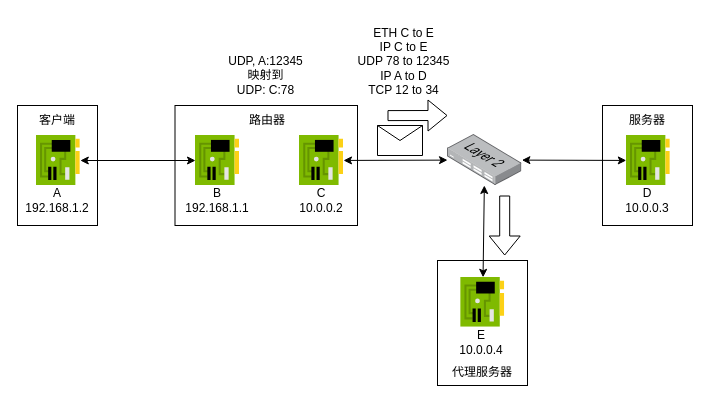
N2Sys-EDU/Lab3-Documentation keeps this draw.io diagram as example_step7.dio. Above is the earlier version. Source tidied: cells renumbered, new cells numbered last; positions are measured from the earlier drawing's top-left corner, leaving out a move shared by most shapes. Both pictures are drawn from the tidied source at 100%, with x=0, y=0 at pixel (17, 17).
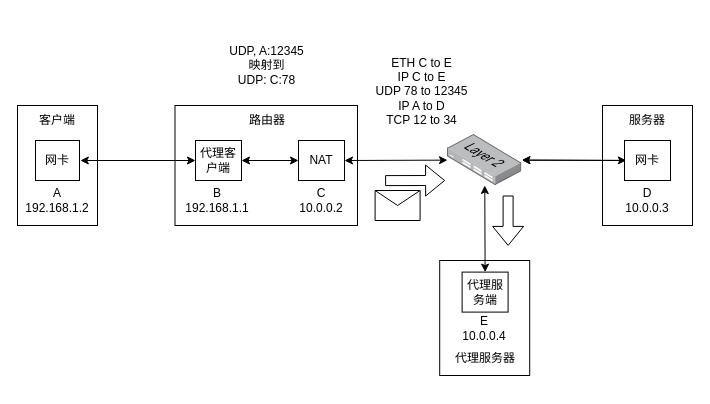
The same page after the edit.

Diff of the diagram source:
```diff
@@
     <mxCell id="2" style="shape=message;html=1;html=1;labelPosition=center;verticalLabelPosition=bottom;align=center;verticalAlign=top;" parent="1" vertex="1">
-      <mxGeometry x="360" y="108" width="45" height="30" as="geometry" />
+      <mxGeometry x="357.6" y="173" width="45" height="30" as="geometry" />
     </mxCell>
     <mxCell id="3" style="shape=flexArrow;endArrow=classic;html=1;" parent="1" edge="1">
       <mxGeometry relative="1" as="geometry">
-        <mxPoint x="370" y="98.1" as="sourcePoint" />
-        <mxPoint x="430" y="98" as="targetPoint" />
+        <mxPoint x="367.6" y="163.1" as="sourcePoint" />
+        <mxPoint x="427.6" y="163" as="targetPoint" />
       </mxGeometry>
     </mxCell>
     <mxCell id="4" value="ETH C to E&lt;br&gt;IP C to E&lt;br&gt;UDP 78 to 12345&lt;br&gt;IP A to D&lt;br&gt;TCP 12 to 34" style="text;html=1;strokeColor=none;fillColor=none;align=center;verticalAlign=middle;whiteSpace=wrap;rounded=0;" parent="1" vertex="1">
-      <mxGeometry x="326" y="-0.2" width="121.2" height="88.2" as="geometry" />
+      <mxGeometry x="344" y="29.8" width="121.2" height="88.2" as="geometry" />
     </mxCell>
     <mxCell id="5" value="UDP, A:12345&lt;br&gt;映射到&lt;br&gt;UDP: C:78" style="text;html=1;strokeColor=none;fillColor=none;align=center;verticalAlign=middle;whiteSpace=wrap;rounded=0;" parent="1" vertex="1">
-      <mxGeometry x="188.1" y="28.9" width="121.2" height="59.1" as="geometry" />
+      <mxGeometry x="189.4" y="18" width="121.2" height="59.1" as="geometry" />
     </mxCell>
-    <mxCell id="6" style="rounded=0;whiteSpace=wrap;html=1;" parent="1" vertex="1">
-      <mxGeometry x="585" y="88" width="90" height="120" as="geometry" />
-    </mxCell>
-    <mxCell id="7" style="rounded=0;whiteSpace=wrap;html=1;" parent="1" vertex="1">
-      <mxGeometry x="420" y="243" width="90" height="125" as="geometry" />
-    </mxCell>
-    <mxCell id="8" style="rounded=0;whiteSpace=wrap;html=1;" parent="1" vertex="1">
-      <mxGeometry x="157.5" y="88" width="182.5" height="120" as="geometry" />
-    </mxCell>
-    <mxCell id="9" style="rounded=0;whiteSpace=wrap;html=1;" parent="1" vertex="1">
-      <mxGeometry y="88" width="80" height="120" as="geometry" />
-    </mxCell>
+    <mxCell id="29" style="rounded=0;whiteSpace=wrap;html=1;" parent="1" vertex="1">
+      <mxGeometry x="585" y="88" width="90" height="120" as="geometry" />
+    </mxCell>
+    <mxCell id="30" style="rounded=0;whiteSpace=wrap;html=1;" parent="1" vertex="1">
+      <mxGeometry x="422.2" y="243" width="90" height="115" as="geometry" />
+    </mxCell>
+    <mxCell id="31" style="rounded=0;whiteSpace=wrap;html=1;" parent="1" vertex="1">
+      <mxGeometry x="157.5" y="88" width="182.5" height="120" as="geometry" />
+    </mxCell>
+    <mxCell id="32" style="rounded=0;whiteSpace=wrap;html=1;" parent="1" vertex="1">
+      <mxGeometry y="88" width="80" height="120" as="geometry" />
+    </mxCell>
@@
-    <mxCell id="11" style="sketch=0;html=1;points=[];align=center;image;fontSize=12;image=img/lib/mscae/NetworkInterfaceCard.svg;" parent="1" vertex="1">
-      <mxGeometry x="178" y="118" width="44" height="50" as="geometry" />
-    </mxCell>
-    <mxCell id="12" style="sketch=0;html=1;points=[];align=center;image;fontSize=12;image=img/lib/mscae/NetworkInterfaceCard.svg;" parent="1" vertex="1">
-      <mxGeometry x="18.8" y="118" width="44" height="50" as="geometry" />
-    </mxCell>
@@
-    <mxCell id="16" style="endArrow=classic;startArrow=classic;html=1;" parent="1" edge="1" source="12" target="11">
-      <mxGeometry relative="1" as="geometry" />
-    </mxCell>
-    <mxCell id="17" style="sketch=0;html=1;points=[];align=center;image;fontSize=12;image=img/lib/mscae/NetworkInterfaceCard.svg;" parent="1" vertex="1">
-      <mxGeometry x="282" y="118" width="44" height="50" as="geometry" />
-    </mxCell>
+    <mxCell id="33" style="endArrow=classic;startArrow=classic;html=1;" parent="1" edge="1">
+      <mxGeometry relative="1" as="geometry">
+        <mxPoint x="62.8" y="143" as="sourcePoint" />
+        <mxPoint x="178" y="143" as="targetPoint" />
+      </mxGeometry>
+    </mxCell>
@@
-    <mxCell id="20" style="sketch=0;html=1;points=[];align=center;image;fontSize=12;image=img/lib/mscae/NetworkInterfaceCard.svg;" parent="1" vertex="1">
-      <mxGeometry x="608.8" y="118" width="44" height="50" as="geometry" />
-    </mxCell>
@@
-    <mxCell id="22" style="endArrow=classic;startArrow=classic;html=1;" parent="1" edge="1" source="17" target="23">
-      <mxGeometry relative="1" as="geometry" />
-    </mxCell>
-    <mxCell id="23" style="points=[];html=1;align=center;shadow=0;dashed=0;image;image=img/lib/allied_telesis/switch/Switch_24_port_L2.svg;" parent="1" vertex="1">
-      <mxGeometry x="430" y="117" width="74.4" height="51" as="geometry" />
-    </mxCell>
-    <mxCell id="24" style="endArrow=classic;startArrow=classic;html=1;" parent="1" edge="1" source="23" target="20">
-      <mxGeometry relative="1" as="geometry" />
-    </mxCell>
+    <mxCell id="34" style="endArrow=classic;startArrow=classic;html=1;exitX=1;exitY=0.5;exitDx=0;exitDy=0;" parent="1" edge="1" source="41" target="35">
+      <mxGeometry relative="1" as="geometry" />
+    </mxCell>
+    <mxCell id="35" style="points=[];html=1;align=center;shadow=0;dashed=0;image;image=img/lib/allied_telesis/switch/Switch_24_port_L2.svg;" parent="1" vertex="1">
+      <mxGeometry x="430" y="117" width="74.4" height="51" as="geometry" />
+    </mxCell>
+    <mxCell id="36" style="endArrow=classic;startArrow=classic;html=1;" parent="1" edge="1" source="35">
+      <mxGeometry relative="1" as="geometry">
+        <mxPoint x="608.8" y="142.9" as="targetPoint" />
+      </mxGeometry>
+    </mxCell>
     <mxCell id="25" value="代理服务器" style="text;html=1;strokeColor=none;fillColor=none;align=center;verticalAlign=middle;whiteSpace=wrap;rounded=0;" parent="1" vertex="1">
-      <mxGeometry x="425.2" y="339.8" width="80" height="30" as="geometry" />
+      <mxGeometry x="427.6" y="326.4" width="80" height="30" as="geometry" />
     </mxCell>
-    <mxCell id="26" style="sketch=0;html=1;points=[];align=center;image;fontSize=12;image=img/lib/mscae/NetworkInterfaceCard.svg;" parent="1" vertex="1">
-      <mxGeometry x="443.2" y="259.8" width="44" height="50" as="geometry" />
-    </mxCell>
     <mxCell id="27" value="E&lt;br&gt;10.0.0.4" style="text;html=1;strokeColor=none;fillColor=none;align=center;verticalAlign=middle;whiteSpace=wrap;rounded=0;" parent="1" vertex="1">
-      <mxGeometry x="424.4" y="309.8" width="80" height="30" as="geometry" />
+      <mxGeometry x="426.8" y="296.4" width="80" height="30" as="geometry" />
     </mxCell>
-    <mxCell id="28" style="endArrow=classic;startArrow=classic;html=1;" parent="1" edge="1" source="23" target="26">
-      <mxGeometry relative="1" as="geometry" />
-    </mxCell>
-    <mxCell id="29" style="shape=flexArrow;endArrow=classic;html=1;" parent="1" edge="1">
-      <mxGeometry relative="1" as="geometry">
-        <mxPoint x="487.2" y="178" as="sourcePoint" />
-        <mxPoint x="487.2" y="238" as="targetPoint" />
-      </mxGeometry>
-    </mxCell>
+    <mxCell id="37" style="endArrow=classic;startArrow=classic;html=1;entryX=0.5;entryY=0;entryDx=0;entryDy=0;" parent="1" edge="1" source="35" target="44">
+      <mxGeometry relative="1" as="geometry" />
+    </mxCell>
+    <mxCell id="38" value="网卡" style="rounded=0;whiteSpace=wrap;html=1;" parent="1" vertex="1">
+      <mxGeometry x="18" y="123" width="44" height="40" as="geometry" />
+    </mxCell>
+    <mxCell id="39" style="edgeStyle=none;html=1;exitX=1;exitY=0.5;exitDx=0;exitDy=0;entryX=0;entryY=0.5;entryDx=0;entryDy=0;startArrow=classic;startFill=1;" parent="1" edge="1" source="40" target="41">
+      <mxGeometry relative="1" as="geometry" />
+    </mxCell>
+    <mxCell id="40" value="代理客户端" style="rounded=0;whiteSpace=wrap;html=1;" parent="1" vertex="1">
+      <mxGeometry x="178" y="123" width="46" height="40" as="geometry" />
+    </mxCell>
+    <mxCell id="41" value="NAT" style="rounded=0;whiteSpace=wrap;html=1;" parent="1" vertex="1">
+      <mxGeometry x="281" y="123" width="46" height="40" as="geometry" />
+    </mxCell>
+    <mxCell id="42" style="edgeStyle=none;html=1;exitX=0;exitY=0.5;exitDx=0;exitDy=0;" parent="1" edge="1" source="43" target="35">
+      <mxGeometry relative="1" as="geometry" />
+    </mxCell>
+    <mxCell id="43" value="网卡" style="rounded=0;whiteSpace=wrap;html=1;" parent="1" vertex="1">
+      <mxGeometry x="607" y="123" width="46" height="40" as="geometry" />
+    </mxCell>
+    <mxCell id="44" value="代理服务端" style="rounded=0;whiteSpace=wrap;html=1;" parent="1" vertex="1">
+      <mxGeometry x="444.6" y="254.6" width="46" height="40" as="geometry" />
+    </mxCell>
+    <mxCell id="45" style="shape=flexArrow;endArrow=classic;html=1;" parent="1" edge="1">
+      <mxGeometry relative="1" as="geometry">
+        <mxPoint x="490.6" y="178" as="sourcePoint" />
+        <mxPoint x="490.6" y="228.4" as="targetPoint" />
+      </mxGeometry>
+    </mxCell>
```
